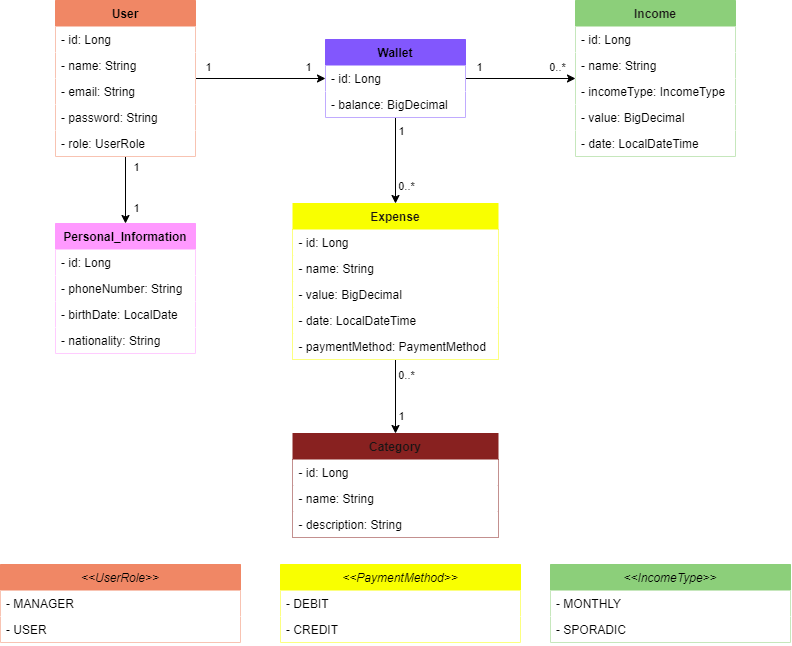
luizfiliperm/finance-api keeps this draw.io diagram as uml.png. Above is the earlier version. Source tidied: cells renumbered, new cells last; positions are measured from the earlier drawing's top-left corner, leaving out a move shared by most shapes.
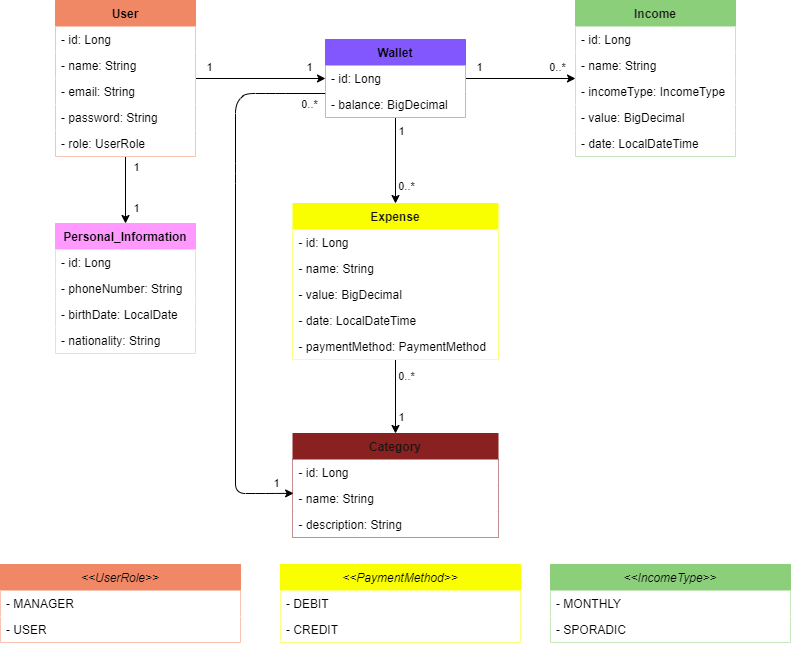
The same diagram one commit later.

Commit message:
Adding relationship between wallet and category at the uml diagram

Diff of the diagram source:
```diff
@@ -148,6 +148,28 @@
     <mxCell id="43" value="- CREDIT" style="text;strokeColor=none;fillColor=#FFFFFF;align=left;verticalAlign=top;spacingLeft=4;spacingRight=4;overflow=hidden;fontColor=#000000;rounded=0;" parent="41" vertex="1">
       <mxGeometry y="52" width="240" height="26" as="geometry" />
     </mxCell>
+    <mxCell id="56" style="edgeStyle=none;html=1;entryX=-0.003;entryY=0.077;entryDx=0;entryDy=0;entryPerimeter=0;strokeColor=#000000;exitX=0.003;exitY=0.302;exitDx=0;exitDy=0;exitPerimeter=0;startArrow=classic;startFill=1;endArrow=none;endFill=0;" parent="1" edge="1" source="46" target="22">
+      <mxGeometry relative="1" as="geometry">
+        <Array as="points">
+          <mxPoint x="265" y="493" />
+          <mxPoint x="235" y="493" />
+          <mxPoint x="235" y="173" />
+          <mxPoint x="235" y="103" />
+          <mxPoint x="245" y="93" />
+          <mxPoint x="275" y="93" />
+        </Array>
+      </mxGeometry>
+    </mxCell>
+    <mxCell id="57" value="0..*" style="edgeLabel;html=1;align=center;verticalAlign=middle;labelBackgroundColor=none;fontColor=#000000;" parent="56" vertex="1">
+      <mxGeometry x="0.98" y="1" relative="1" as="geometry">
+        <mxPoint x="-9" y="11" as="offset" />
+      </mxGeometry>
+    </mxCell>
+    <mxCell id="58" value="1" style="edgeLabel;html=1;align=center;verticalAlign=middle;fontColor=#000000;labelBackgroundColor=none;" parent="56" vertex="1">
+      <mxGeometry x="-0.97" y="1" relative="1" as="geometry">
+        <mxPoint x="-9" y="-11" as="offset" />
+      </mxGeometry>
+    </mxCell>
     <mxCell id="44" value="Category" style="swimlane;fontStyle=1;horizontal=1;startSize=26;fillColor=#882120;strokeColor=#882120;fontColor=#191515;rounded=0;" parent="1" vertex="1">
       <mxGeometry x="292.5" y="433" width="205" height="104" as="geometry" />
     </mxCell>
```
